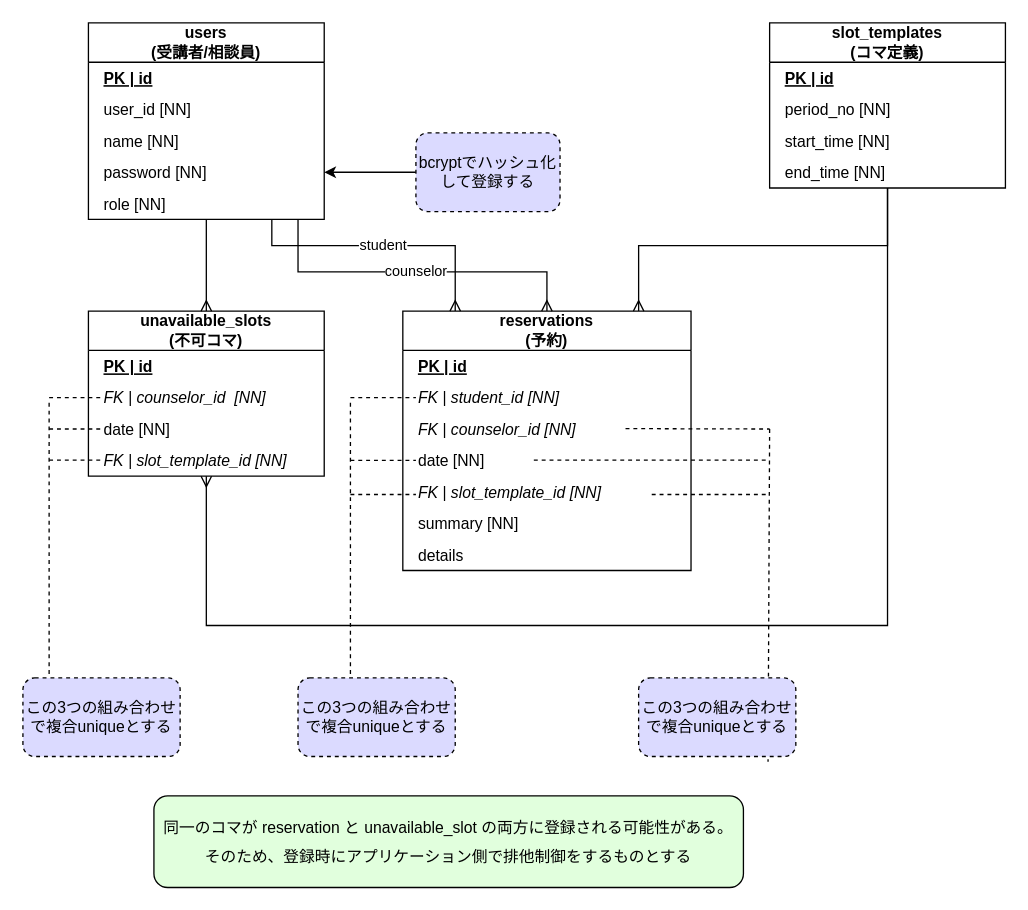
monochlorobenzene2605-svg/CounselingReservationSystem keeps this draw.io diagram as docs/.drawio/E-R図.drawio.xml. Above is the earlier version. Source tidied: cells renumbered, new cells numbered last; positions are measured from the earlier drawing's top-left corner, leaving out a move shared by most shapes. Both pictures are drawn from the tidied source at 131%, with x=0, y=0 at pixel (22, 22).
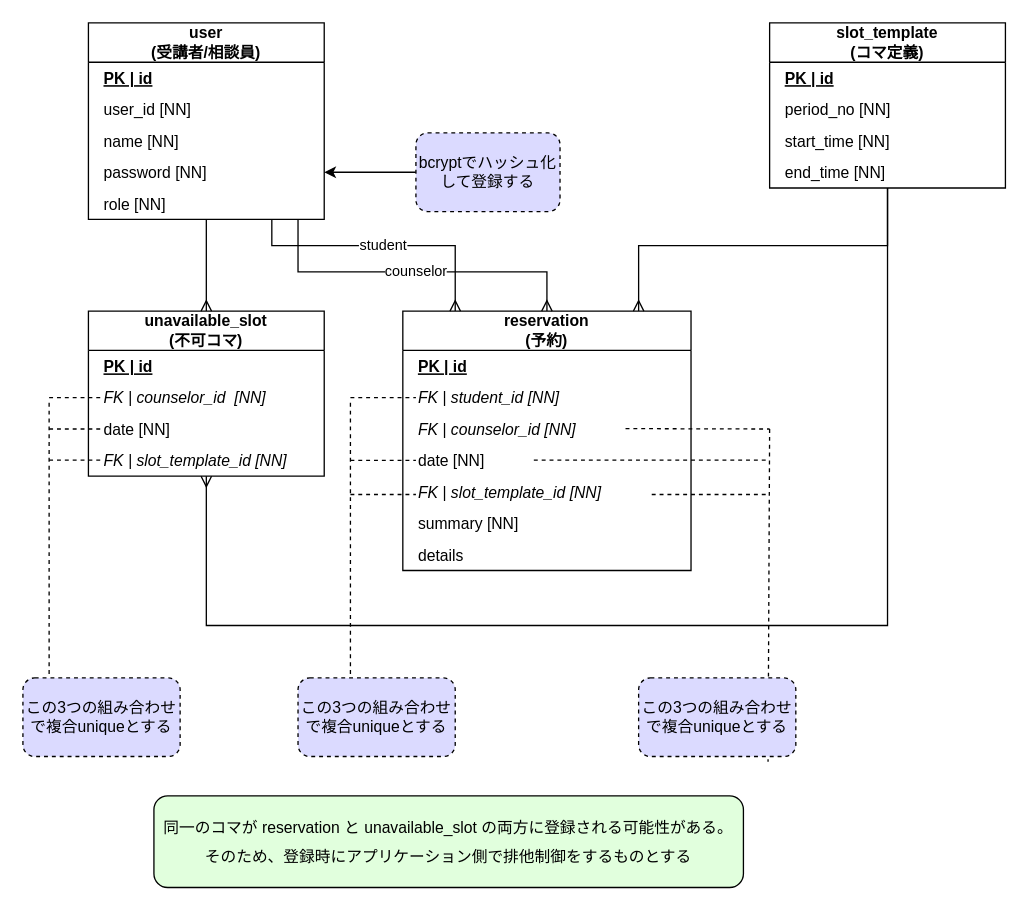
After the change.

The edit, as a diff of the source:
```diff
@@
-    <mxCell id="2" value="users&#10;(受講者/相談員)" style="swimlane;horizontal=1;startSize=30;styleParentMax=0;whiteSpace=wrap;html=1;fontStyle=1;" parent="1" vertex="1">
+    <mxCell id="2" value="user&lt;br&gt;(受講者/相談員)" style="swimlane;horizontal=1;startSize=30;styleParentMax=0;whiteSpace=wrap;html=1;fontStyle=1;" parent="1" vertex="1">
       <mxGeometry x="50" width="180" height="150" as="geometry" />
     </mxCell>
@@
-    <mxCell id="8" value="slot_templates&lt;br&gt;(コマ定義)" style="swimlane;horizontal=1;startSize=30;styleParentMax=0;whiteSpace=wrap;html=1;fontStyle=1;" parent="1" vertex="1">
+    <mxCell id="8" value="slot_template&lt;br&gt;(コマ定義)" style="swimlane;horizontal=1;startSize=30;styleParentMax=0;whiteSpace=wrap;html=1;fontStyle=1;" parent="1" vertex="1">
       <mxGeometry x="570" width="180" height="126" as="geometry" />
     </mxCell>
@@
-    <mxCell id="13" value="reservations&lt;br&gt;(予約)" style="swimlane;horizontal=1;startSize=30;styleParentMax=0;whiteSpace=wrap;html=1;fontStyle=1;" parent="1" vertex="1">
+    <mxCell id="13" value="reservation&lt;br&gt;(予約)" style="swimlane;horizontal=1;startSize=30;styleParentMax=0;whiteSpace=wrap;html=1;fontStyle=1;" parent="1" vertex="1">
       <mxGeometry x="290" y="220" width="220" height="198" as="geometry" />
     </mxCell>
@@
-    <mxCell id="24" value="unavailable_slots&lt;br&gt;(不可コマ)" style="swimlane;horizontal=1;startSize=30;styleParentMax=0;whiteSpace=wrap;html=1;fontStyle=1;" parent="1" vertex="1">
+    <mxCell id="24" value="unavailable_slot&lt;br&gt;(不可コマ)" style="swimlane;horizontal=1;startSize=30;styleParentMax=0;whiteSpace=wrap;html=1;fontStyle=1;" parent="1" vertex="1">
       <mxGeometry x="50" y="220" width="180" height="126" as="geometry" />
     </mxCell>
```
